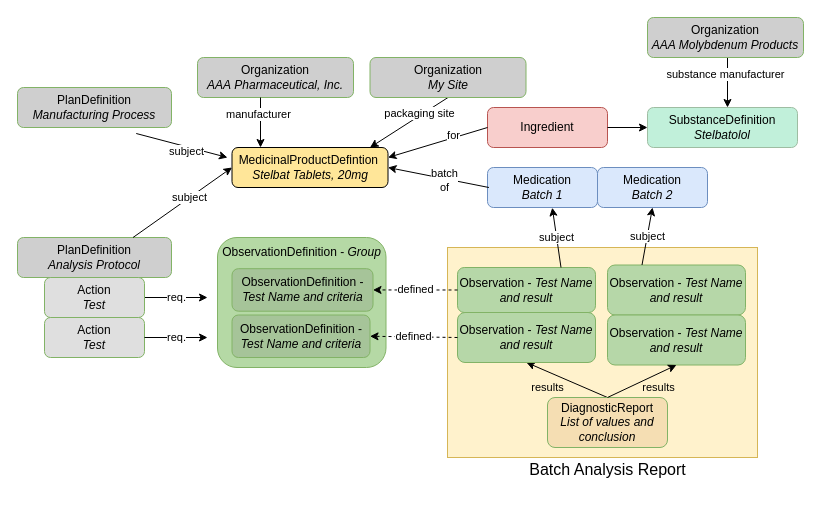
Earlier version of the draw.io diagram input/images-source/batch_analysis_FHIR_resources.drawio (HL7/uv-dx-pq). Source tidied: cells renumbered, new cells numbered last; positions are measured from the earlier drawing's top-left corner, leaving out a move shared by most shapes. Both pictures are drawn from the tidied source at 100%, with x=0, y=0 at pixel (17, 17).
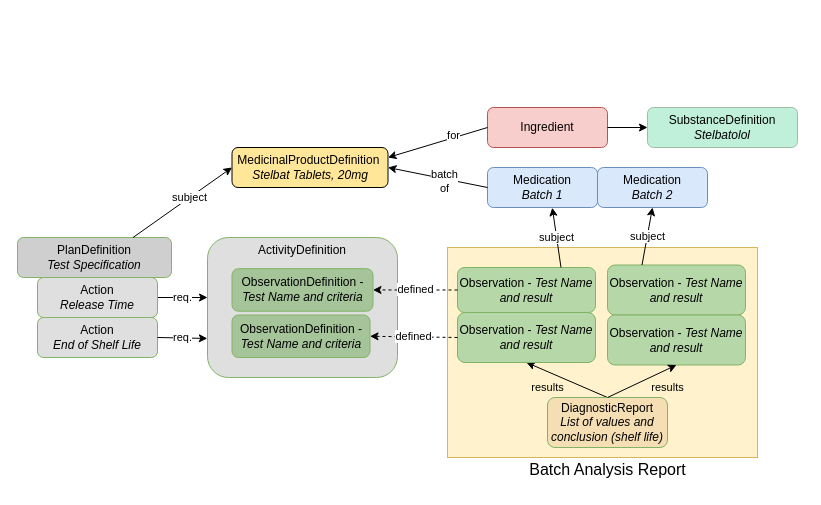
Above is the later version.

Commit message (it also covers changes not shown here):
update to version I made a while ago

The change refers to these unchanged cells:
```xml
<mxCell id="15" value="Medication&lt;br&gt;&lt;i&gt;Batch 1&lt;/i&gt;" style="rounded=1;whiteSpace=wrap;html=1;fontSize=12;glass=0;strokeWidth=1;shadow=0;fillColor=#dae8fc;strokeColor=#6c8ebf;" parent="1" vertex="1">
  <mxGeometry x="470" y="150" width="110" height="40" as="geometry" />
</mxCell>
<mxCell id="23" value="Observation - &lt;i&gt;Test Name and result&lt;/i&gt;" style="rounded=1;whiteSpace=wrap;html=1;fontSize=12;glass=0;strokeWidth=1;shadow=0;fillColor=#b6d7a8;strokeColor=#82b366;" parent="1" vertex="1">
  <mxGeometry x="590" y="297.5" width="138" height="50" as="geometry" />
</mxCell>
```

Change to the diagram source:
```diff
@@
-    <mxCell id="2" value="ObservationDefinition - &lt;i&gt;Group&lt;br&gt;&lt;br&gt;&lt;br&gt;&lt;br&gt;&lt;br&gt;&lt;br&gt;&lt;br&gt;&lt;br&gt;&lt;/i&gt;" style="rounded=1;whiteSpace=wrap;html=1;fontSize=12;glass=0;strokeWidth=1;shadow=0;fillColor=#b5d9a5;strokeColor=#82b366;labelPosition=center;verticalLabelPosition=middle;align=center;verticalAlign=middle;" parent="1" vertex="1">
-      <mxGeometry x="200" y="220" width="168.5" height="130" as="geometry" />
-    </mxCell>
+    <mxCell id="43" value="&lt;br&gt;&lt;span style=&quot;color: rgb(0, 0, 0); font-family: Helvetica; font-size: 12px; font-style: normal; font-variant-ligatures: normal; font-variant-caps: normal; font-weight: 400; letter-spacing: normal; orphans: 2; text-align: center; text-indent: 0px; text-transform: none; widows: 2; word-spacing: 0px; -webkit-text-stroke-width: 0px; text-decoration-thickness: initial; text-decoration-style: initial; text-decoration-color: initial; float: none; display: inline !important;&quot;&gt;ActivityDefinition&lt;/span&gt;&lt;br&gt;&lt;br&gt;&lt;br&gt;&lt;br&gt;&lt;br&gt;&lt;br&gt;&lt;br&gt;&lt;br&gt;&lt;br&gt;&lt;br&gt;" style="rounded=1;whiteSpace=wrap;html=1;fontSize=12;glass=0;strokeWidth=1;shadow=0;fillColor=#dfdfdf;strokeColor=#82b366;labelPosition=center;verticalLabelPosition=middle;align=center;verticalAlign=middle;labelBackgroundColor=none;" parent="1" vertex="1">
+      <mxGeometry x="190" y="220" width="190" height="140" as="geometry" />
+    </mxCell>
@@
-    <mxCell id="5" value="MedicinalProductDefintion&amp;nbsp;&lt;br&gt;&lt;i style=&quot;border-color: var(--border-color);&quot;&gt;Stelbat Tablets, 20mg&lt;/i&gt;" style="rounded=1;whiteSpace=wrap;html=1;fontSize=12;glass=0;strokeWidth=1;shadow=0;fillColor=#ffe699;" parent="1" vertex="1">
+    <mxCell id="5" value="MedicinalProductDefinition&amp;nbsp;&lt;br&gt;&lt;i style=&quot;border-color: var(--border-color);&quot;&gt;Stelbat Tablets, 20mg&lt;/i&gt;" style="rounded=1;whiteSpace=wrap;html=1;fontSize=12;glass=0;strokeWidth=1;shadow=0;fillColor=#ffe699;" parent="1" vertex="1">
       <mxGeometry x="214.5" y="130" width="156" height="40" as="geometry" />
     </mxCell>
-    <mxCell id="6" value="PlanDefinition&lt;br&gt;&lt;i&gt;Analysis Protocol&lt;/i&gt;" style="rounded=1;whiteSpace=wrap;html=1;fontSize=12;glass=0;strokeWidth=1;shadow=0;fillColor=#cfcfcf;strokeColor=#82b366;" parent="1" vertex="1">
+    <mxCell id="6" value="PlanDefinition&lt;br&gt;&lt;i&gt;Test Specification&lt;/i&gt;" style="rounded=1;whiteSpace=wrap;html=1;fontSize=12;glass=0;strokeWidth=1;shadow=0;fillColor=#cfcfcf;strokeColor=#82b366;" parent="1" vertex="1">
       <mxGeometry y="220" width="154" height="40" as="geometry" />
     </mxCell>
@@
-    <mxCell id="8" value="DiagnosticReport&lt;br&gt;&lt;i&gt;List of values and conclusion&lt;/i&gt;" style="rounded=1;whiteSpace=wrap;html=1;fontSize=12;glass=0;strokeWidth=1;shadow=0;fillColor=#F5DEB3;strokeColor=#82b366;" parent="1" vertex="1">
+    <mxCell id="8" value="DiagnosticReport&lt;br&gt;&lt;i&gt;List of values and conclusion (shelf life)&lt;/i&gt;" style="rounded=1;whiteSpace=wrap;html=1;fontSize=12;glass=0;strokeWidth=1;shadow=0;fillColor=#F5DEB3;strokeColor=#82b366;" parent="1" vertex="1">
       <mxGeometry x="530" y="380" width="120" height="50" as="geometry" />
     </mxCell>
@@
-    <mxCell id="10" value="Action&lt;br&gt;&lt;i&gt;Test&lt;/i&gt;" style="rounded=1;whiteSpace=wrap;html=1;fontSize=12;glass=0;strokeWidth=1;shadow=0;fillColor=#dfdfdf;strokeColor=#82b366;" parent="1" vertex="1">
-      <mxGeometry x="27" y="260" width="100" height="40" as="geometry" />
+    <mxCell id="10" value="Action&lt;br&gt;&lt;i&gt;Release Time&lt;br&gt;&lt;/i&gt;" style="rounded=1;whiteSpace=wrap;html=1;fontSize=12;glass=0;strokeWidth=1;shadow=0;fillColor=#dfdfdf;strokeColor=#82b366;" parent="1" vertex="1">
+      <mxGeometry x="20" y="260" width="120" height="40" as="geometry" />
     </mxCell>
-    <mxCell id="11" value="Action&lt;br&gt;&lt;i&gt;Test&lt;/i&gt;" style="rounded=1;whiteSpace=wrap;html=1;fontSize=12;glass=0;strokeWidth=1;shadow=0;fillColor=#dfdfdf;strokeColor=#82b366;" parent="1" vertex="1">
-      <mxGeometry x="27" y="300" width="100" height="40" as="geometry" />
-    </mxCell>
-    <mxCell id="12" value="req." style="endArrow=classic;html=1;rounded=0;exitX=1;exitY=0.5;exitDx=0;exitDy=0;" parent="1" edge="1" source="11">
-      <mxGeometry relative="1" as="geometry">
-        <mxPoint x="190" y="320" as="targetPoint" />
-      </mxGeometry>
-    </mxCell>
@@
-    <mxCell id="18" style="endArrow=classic;html=1;rounded=0;entryX=1;entryY=0.5;entryDx=0;entryDy=0;exitX=0.013;exitY=0.5;exitDx=0;exitDy=0;exitPerimeter=0;" parent="1" edge="1" source="15" target="5">
-      <mxGeometry relative="1" as="geometry" />
+    <mxCell id="18" style="endArrow=classic;html=1;rounded=0;entryX=1;entryY=0.5;entryDx=0;entryDy=0;" parent="1" edge="1" target="5">
+      <mxGeometry relative="1" as="geometry">
+        <mxPoint x="470" y="170" as="sourcePoint" />
+      </mxGeometry>
     </mxCell>
@@
     <mxCell id="24" value="results" style="endArrow=classic;html=1;rounded=0;exitX=0.5;exitY=0;exitDx=0;exitDy=0;entryX=0.5;entryY=1;entryDx=0;entryDy=0;labelBackgroundColor=none;" parent="1" edge="1" source="8" target="23">
-      <mxGeometry x="0.3" y="-12" relative="1" as="geometry">
-        <mxPoint x="1" as="offset" />
+      <mxGeometry x="0.54" y="-17" relative="1" as="geometry">
+        <mxPoint x="-1" as="offset" />
       </mxGeometry>
     </mxCell>
@@
-    <mxCell id="30" value="SubstanceDefinition&lt;br&gt;&lt;i style=&quot;border-color: var(--border-color);&quot;&gt;Stelbatolol&lt;/i&gt;" style="rounded=1;whiteSpace=wrap;html=1;fontSize=12;glass=0;strokeWidth=1;shadow=0;fillColor=#c1f0da;strokeColor=#9ebda2;" parent="1" vertex="1">
+    <mxCell id="30" value="SubstanceDefinition&lt;br&gt;&lt;i&gt;Stelbatolol&lt;/i&gt;" style="rounded=1;whiteSpace=wrap;html=1;fontSize=12;glass=0;strokeWidth=1;shadow=0;fillColor=#c1f0da;strokeColor=#9ebda2;" parent="1" vertex="1">
       <mxGeometry x="630" y="90" width="150" height="40" as="geometry" />
     </mxCell>
@@
+    <mxCell id="44" value="Action&lt;br&gt;&lt;i&gt;End of Shelf Life&lt;br&gt;&lt;/i&gt;" style="rounded=1;whiteSpace=wrap;html=1;fontSize=12;glass=0;strokeWidth=1;shadow=0;fillColor=#dfdfdf;strokeColor=#82b366;" parent="1" vertex="1">
+      <mxGeometry x="20" y="300" width="120" height="40" as="geometry" />
+    </mxCell>
+    <mxCell id="12" value="req." style="endArrow=classic;html=1;rounded=0;exitX=1;exitY=0.5;exitDx=0;exitDy=0;entryX=-0.001;entryY=0.721;entryDx=0;entryDy=0;entryPerimeter=0;" parent="1" edge="1" source="44" target="43">
+      <mxGeometry relative="1" as="geometry" />
+    </mxCell>
@@
-    <mxCell id="34" value="Organization&lt;br&gt;&lt;i&gt;AAA&amp;nbsp;Pharmaceutical, Inc.&lt;/i&gt;" style="rounded=1;whiteSpace=wrap;html=1;fontSize=12;glass=0;strokeWidth=1;shadow=0;fillColor=#cfcfcf;strokeColor=#82b366;" parent="1" vertex="1">
-      <mxGeometry x="180" y="40" width="156" height="40" as="geometry" />
-    </mxCell>
-    <mxCell id="35" value="manufacturer" style="endArrow=classic;html=1;rounded=0;entryX=1;entryY=0.25;entryDx=0;entryDy=0;" parent="1" edge="1">
-      <mxGeometry x="-0.33" y="-2" relative="1" as="geometry">
-        <mxPoint x="243" y="80" as="sourcePoint" />
-        <mxPoint x="243" y="130" as="targetPoint" />
-      </mxGeometry>
-    </mxCell>
-    <mxCell id="36" value="packaging site" style="endArrow=classic;html=1;rounded=0;entryX=1;entryY=0.25;entryDx=0;entryDy=0;exitX=0.5;exitY=1;exitDx=0;exitDy=0;" parent="1" edge="1" source="38">
-      <mxGeometry x="-0.32" y="-2" relative="1" as="geometry">
-        <mxPoint x="352.5" y="130" as="targetPoint" />
-      </mxGeometry>
-    </mxCell>
-    <mxCell id="37" value="substance manufacturer" style="endArrow=classic;html=1;rounded=0;entryX=1;entryY=0.25;entryDx=0;entryDy=0;" parent="1" edge="1">
-      <mxGeometry x="-0.32" y="-2" relative="1" as="geometry">
-        <mxPoint x="710" y="40" as="sourcePoint" />
-        <mxPoint x="710" y="90" as="targetPoint" />
-      </mxGeometry>
-    </mxCell>
-    <mxCell id="38" value="Organization&lt;br&gt;&lt;i&gt;My Site&lt;/i&gt;" style="rounded=1;whiteSpace=wrap;html=1;fontSize=12;glass=0;strokeWidth=1;shadow=0;fillColor=#cfcfcf;strokeColor=#82b366;" parent="1" vertex="1">
-      <mxGeometry x="352.5" y="40" width="156" height="40" as="geometry" />
-    </mxCell>
-    <mxCell id="39" value="Organization&lt;br&gt;&lt;i&gt;&lt;font style=&quot;font-size: 12px;&quot;&gt;AAA Molybdenum Products&lt;/font&gt;&lt;/i&gt;" style="rounded=1;whiteSpace=wrap;html=1;fontSize=12;glass=0;strokeWidth=1;shadow=0;fillColor=#cfcfcf;strokeColor=#82b366;" parent="1" vertex="1">
-      <mxGeometry x="630" width="156" height="40" as="geometry" />
-    </mxCell>
-    <mxCell id="40" value="PlanDefinition&lt;br&gt;&lt;i&gt;Manufacturing Process&lt;/i&gt;" style="rounded=1;whiteSpace=wrap;html=1;fontSize=12;glass=0;strokeWidth=1;shadow=0;fillColor=#cfcfcf;strokeColor=#82b366;" parent="1" vertex="1">
-      <mxGeometry y="70" width="154" height="40" as="geometry" />
-    </mxCell>
-    <mxCell id="41" style="endArrow=classic;html=1;rounded=0;exitX=0.771;exitY=1.15;exitDx=0;exitDy=0;exitPerimeter=0;" parent="1" edge="1" source="40">
-      <mxGeometry relative="1" as="geometry">
-        <mxPoint x="210" y="140" as="targetPoint" />
-      </mxGeometry>
-    </mxCell>
-    <mxCell id="42" value="subject" style="edgeLabel;html=1;align=center;verticalAlign=middle;" parent="41" vertex="1">
-      <mxGeometry x="0.24" y="-3" relative="1" as="geometry">
-        <mxPoint x="-7" as="offset" />
-      </mxGeometry>
-    </mxCell>
```
